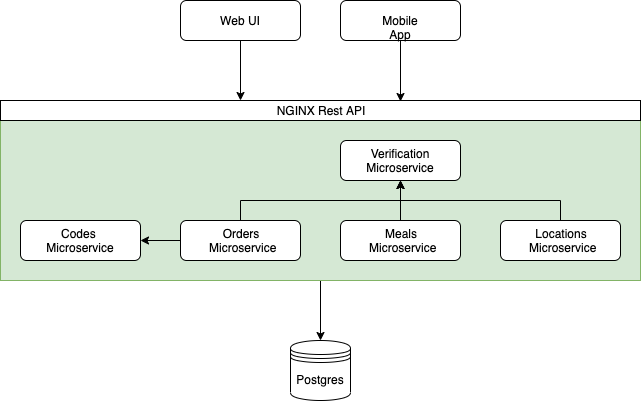
Above: assets/project-architecture.png in ordered-online/documentation (draw.io), before the change. Source tidied: cells renumbered, new cells last; positions are measured from the earlier drawing's top-left corner, leaving out a move shared by most shapes. Source of this version:
```xml
<mxGraphModel>
  <root>
    <mxCell id="0" />
    <mxCell id="1" parent="0" />
    <mxCell id="2" style="edgeStyle=orthogonalEdgeStyle;rounded=0;jettySize=auto;html=1;exitX=0.5;exitY=1;exitDx=0;exitDy=0;entryX=0.5;entryY=0;entryDx=0;entryDy=0;" parent="1" edge="1" source="3" target="13">
      <mxGeometry relative="1" as="geometry" />
    </mxCell>
    <mxCell id="3" style="rounded=0;whiteSpace=wrap;html=1;fillColor=#d5e8d4;strokeColor=#82b366;" parent="1" vertex="1">
      <mxGeometry y="120" width="640" height="160" as="geometry" />
    </mxCell>
    <mxCell id="4" value="Codes &lt;br&gt;Microservice" style="rounded=1;whiteSpace=wrap;html=1;" parent="1" vertex="1">
      <mxGeometry x="20" y="220" width="120" height="40" as="geometry" />
    </mxCell>
    <mxCell id="5" value="Verification Microservice" style="rounded=1;whiteSpace=wrap;html=1;" parent="1" vertex="1">
      <mxGeometry x="340" y="140" width="120" height="40" as="geometry" />
    </mxCell>
    <mxCell id="6" style="edgeStyle=orthogonalEdgeStyle;rounded=0;jettySize=auto;html=1;exitX=0.5;exitY=0;exitDx=0;exitDy=0;entryX=0.5;entryY=1;entryDx=0;entryDy=0;" parent="1" edge="1" source="7" target="5">
      <mxGeometry relative="1" as="geometry" />
    </mxCell>
    <mxCell id="7" value="Meals&lt;br&gt;&amp;nbsp;Microservice" style="rounded=1;whiteSpace=wrap;html=1;" parent="1" vertex="1">
      <mxGeometry x="340" y="220" width="120" height="40" as="geometry" />
    </mxCell>
    <mxCell id="8" style="edgeStyle=orthogonalEdgeStyle;rounded=0;jettySize=auto;html=1;exitX=0.5;exitY=0;exitDx=0;exitDy=0;" parent="1" edge="1" source="10">
      <mxGeometry relative="1" as="geometry">
        <mxPoint x="400" y="180" as="targetPoint" />
      </mxGeometry>
    </mxCell>
    <mxCell id="9" style="edgeStyle=orthogonalEdgeStyle;rounded=0;jettySize=auto;html=1;exitX=0;exitY=0.5;exitDx=0;exitDy=0;entryX=1;entryY=0.5;entryDx=0;entryDy=0;" parent="1" edge="1" source="10" target="4">
      <mxGeometry relative="1" as="geometry" />
    </mxCell>
    <mxCell id="10" value="Orders&lt;br&gt;&amp;nbsp;Microservice" style="rounded=1;whiteSpace=wrap;html=1;" parent="1" vertex="1">
      <mxGeometry x="180" y="220" width="120" height="40" as="geometry" />
    </mxCell>
    <mxCell id="11" style="edgeStyle=orthogonalEdgeStyle;rounded=0;jettySize=auto;html=1;exitX=0.5;exitY=0;exitDx=0;exitDy=0;" parent="1" edge="1" source="12">
      <mxGeometry relative="1" as="geometry">
        <mxPoint x="400" y="180" as="targetPoint" />
      </mxGeometry>
    </mxCell>
    <mxCell id="12" value="Locations&lt;br&gt;&amp;nbsp;Microservice" style="rounded=1;whiteSpace=wrap;html=1;" parent="1" vertex="1">
      <mxGeometry x="500" y="220" width="120" height="40" as="geometry" />
    </mxCell>
    <mxCell id="13" value="Postgres" style="shape=datastore;whiteSpace=wrap;html=1;" parent="1" vertex="1">
      <mxGeometry x="290" y="340" width="60" height="60" as="geometry" />
    </mxCell>
    <mxCell id="14" style="edgeStyle=orthogonalEdgeStyle;rounded=0;jettySize=auto;html=1;exitX=0.5;exitY=1;exitDx=0;exitDy=0;entryX=0.375;entryY=0;entryDx=0;entryDy=0;entryPerimeter=0;" parent="1" edge="1" source="15" target="18">
      <mxGeometry relative="1" as="geometry" />
    </mxCell>
    <mxCell id="15" value="Web UI" style="rounded=1;whiteSpace=wrap;html=1;" parent="1" vertex="1">
      <mxGeometry x="180" width="120" height="40" as="geometry" />
    </mxCell>
    <mxCell id="16" style="edgeStyle=orthogonalEdgeStyle;rounded=0;jettySize=auto;html=1;exitX=0.5;exitY=1;exitDx=0;exitDy=0;entryX=0.625;entryY=0.05;entryDx=0;entryDy=0;entryPerimeter=0;" parent="1" edge="1" source="17" target="18">
      <mxGeometry relative="1" as="geometry" />
    </mxCell>
    <mxCell id="17" value="Mobile App" style="rounded=1;whiteSpace=wrap;html=1;" parent="1" vertex="1">
      <mxGeometry x="340" width="120" height="40" as="geometry" />
    </mxCell>
    <mxCell id="18" value="NGINX Rest API" style="rounded=0;whiteSpace=wrap;html=1;" parent="1" vertex="1">
      <mxGeometry y="100" width="640" height="20" as="geometry" />
    </mxCell>
  </root>
</mxGraphModel>
```
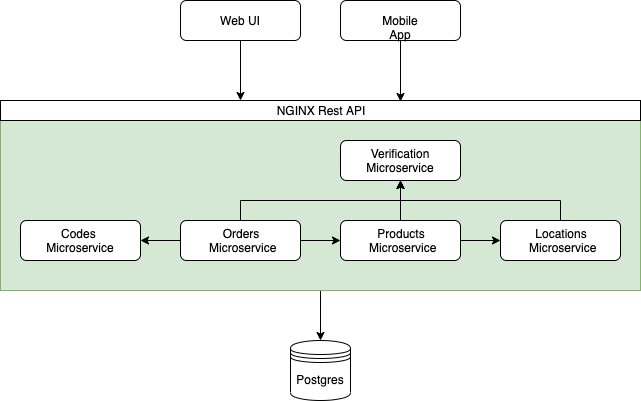
The same file after the commit.

Commit message:
Update project architecture drawing

What changed in the source:
```diff
@@ -6,7 +6,7 @@
       <mxGeometry relative="1" as="geometry" />
     </mxCell>
     <mxCell id="3" style="rounded=0;whiteSpace=wrap;html=1;fillColor=#d5e8d4;strokeColor=#82b366;" parent="1" vertex="1">
-      <mxGeometry y="120" width="640" height="160" as="geometry" />
+      <mxGeometry y="120" width="640" height="170" as="geometry" />
     </mxCell>
     <mxCell id="4" value="Codes &lt;br&gt;Microservice" style="rounded=1;whiteSpace=wrap;html=1;" parent="1" vertex="1">
       <mxGeometry x="20" y="220" width="120" height="40" as="geometry" />
@@ -17,7 +17,10 @@
     <mxCell id="6" style="edgeStyle=orthogonalEdgeStyle;rounded=0;jettySize=auto;html=1;exitX=0.5;exitY=0;exitDx=0;exitDy=0;entryX=0.5;entryY=1;entryDx=0;entryDy=0;" parent="1" edge="1" source="7" target="5">
       <mxGeometry relative="1" as="geometry" />
     </mxCell>
+    <mxCell id="19" style="edgeStyle=orthogonalEdgeStyle;rounded=0;jettySize=auto;html=1;entryX=0;entryY=0.5;entryDx=0;entryDy=0;" parent="1" edge="1" source="7" target="12">
+      <mxGeometry relative="1" as="geometry" />
+    </mxCell>
-    <mxCell id="7" value="Meals&lt;br&gt;&amp;nbsp;Microservice" style="rounded=1;whiteSpace=wrap;html=1;" parent="1" vertex="1">
+    <mxCell id="7" value="Products&lt;br&gt;&amp;nbsp;Microservice" style="rounded=1;whiteSpace=wrap;html=1;" parent="1" vertex="1">
       <mxGeometry x="340" y="220" width="120" height="40" as="geometry" />
     </mxCell>
     <mxCell id="8" style="edgeStyle=orthogonalEdgeStyle;rounded=0;jettySize=auto;html=1;exitX=0.5;exitY=0;exitDx=0;exitDy=0;" parent="1" edge="1" source="10">
@@ -25,6 +28,9 @@
         <mxPoint x="400" y="180" as="targetPoint" />
       </mxGeometry>
     </mxCell>
+    <mxCell id="20" style="edgeStyle=orthogonalEdgeStyle;rounded=0;jettySize=auto;html=1;exitX=1;exitY=0.5;exitDx=0;exitDy=0;entryX=0;entryY=0.5;entryDx=0;entryDy=0;" parent="1" edge="1" source="10" target="7">
+      <mxGeometry relative="1" as="geometry" />
+    </mxCell>
     <mxCell id="9" style="edgeStyle=orthogonalEdgeStyle;rounded=0;jettySize=auto;html=1;exitX=0;exitY=0.5;exitDx=0;exitDy=0;entryX=1;entryY=0.5;entryDx=0;entryDy=0;" parent="1" edge="1" source="10" target="4">
       <mxGeometry relative="1" as="geometry" />
     </mxCell>
```
